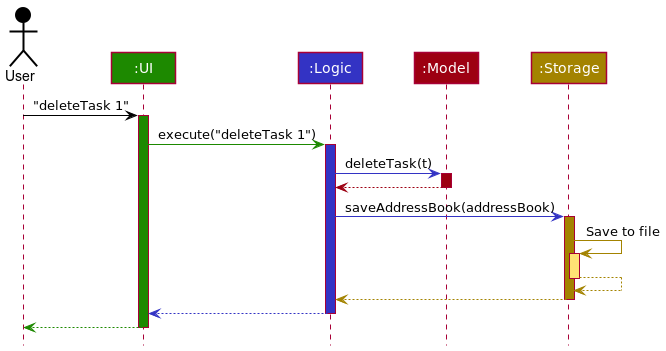
zhangchengchuan/tp-1 keeps this PlantUML diagram as docs/images/ArchitectureSequenceDiagram.png. Above is the earlier version.
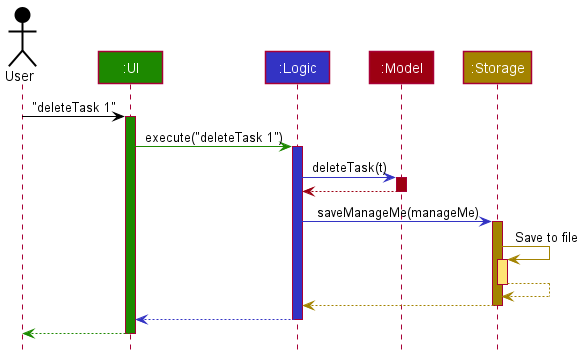
After the change.

Diff of the diagram source:
```diff
@@ -19,7 +19,7 @@
 model -[MODEL_COLOR]-> logic
 deactivate model
 
-logic -[LOGIC_COLOR]> storage : saveAddressBook(addressBook)
+logic -[LOGIC_COLOR]> storage : saveManageMe(manageMe)
 activate storage STORAGE_COLOR
 
 storage -[STORAGE_COLOR]> storage : Save to file
```
